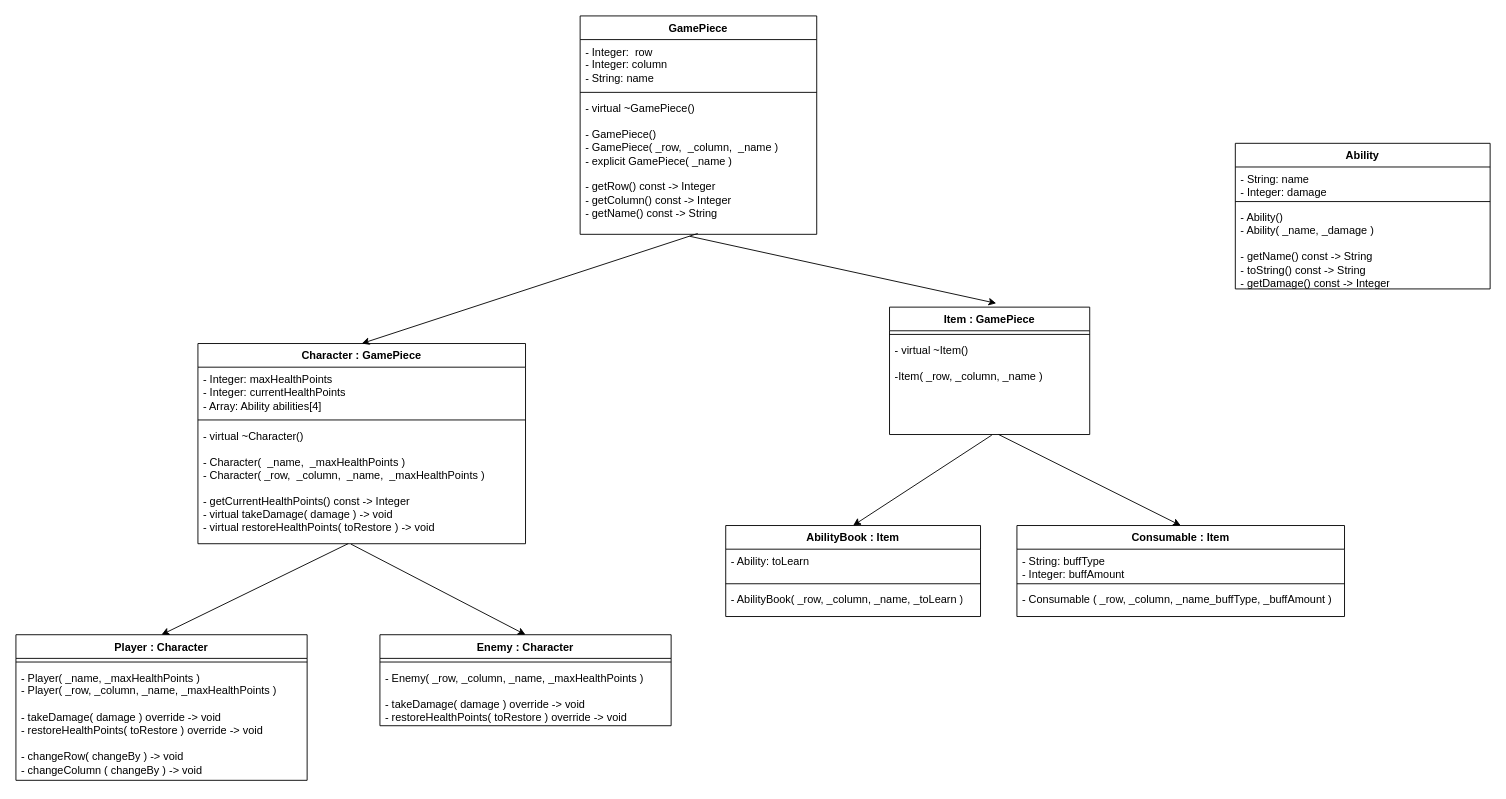
Earlier version of the draw.io diagram cli_game.drawio (klovelace21/cli_game). Source tidied: cells renumbered, new cells numbered last; positions are measured from the earlier drawing's top-left corner, leaving out a move shared by most shapes. Both pictures are drawn from the tidied source at 91%, with x=0, y=0 at pixel (15, 15).
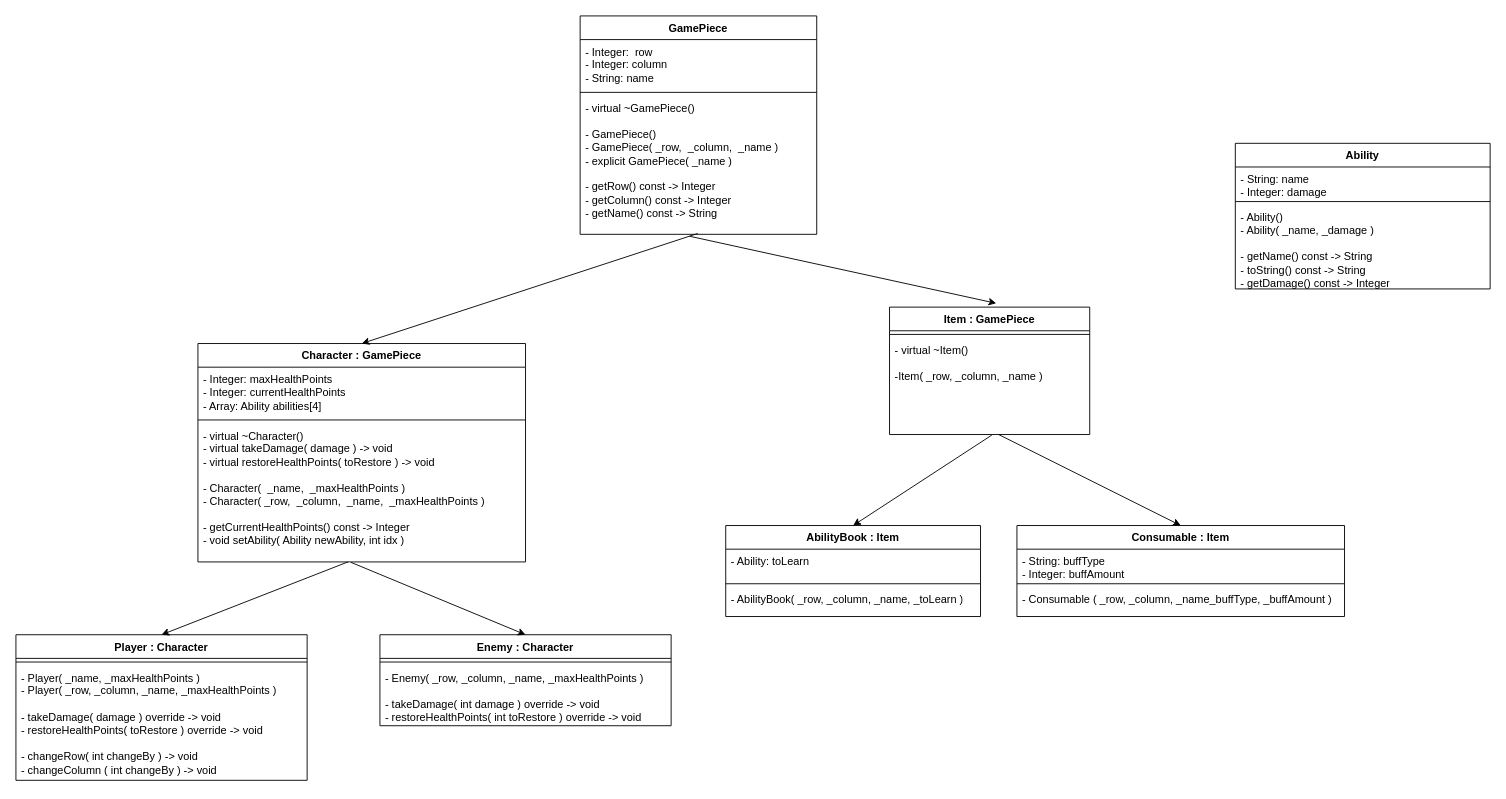
The same page after the edit.

Commit message (it also covers changes not shown here):
Character Get/Set Ability

The change refers to these unchanged cells:
```xml
<mxCell id="11" value="Player : Character" style="swimlane;fontStyle=1;align=center;verticalAlign=top;horizontal=1;startSize=26;whiteSpace=wrap;html=1;" parent="1" vertex="1">
  <mxGeometry y="680" width="320" height="160" as="geometry" />
</mxCell>
<mxCell id="14" value="Enemy : Character" style="swimlane;fontStyle=1;align=center;verticalAlign=top;horizontal=1;startSize=26;whiteSpace=wrap;html=1;" parent="1" vertex="1">
  <mxGeometry x="400" y="680" width="320" height="100" as="geometry" />
</mxCell>
```

Diff of the diagram source:
```diff
@@
     <mxCell id="6" value="Character : GamePiece" style="swimlane;fontStyle=1;align=center;verticalAlign=top;horizontal=1;startSize=26;whiteSpace=wrap;html=1;" parent="1" vertex="1">
-      <mxGeometry x="200" y="360" width="360" height="220" as="geometry" />
+      <mxGeometry x="200" y="360" width="360" height="240" as="geometry" />
     </mxCell>
@@
-    <mxCell id="9" value="- virtual ~Character()&lt;br&gt;&lt;br&gt;- Character(&amp;nbsp; _name,&amp;nbsp; _maxHealthPoints )&lt;br&gt;- Character( _row,&amp;nbsp; _column,&amp;nbsp; _name,&amp;nbsp; _maxHealthPoints )&lt;br&gt;&lt;br&gt;- getCurrentHealthPoints() const -&amp;gt; Integer&lt;br&gt;- virtual takeDamage( damage ) -&amp;gt; void&lt;br&gt;- virtual restoreHealthPoints( toRestore ) -&amp;gt; void" style="text;strokeColor=none;fillColor=none;align=left;verticalAlign=top;spacingLeft=4;spacingRight=4;overflow=hidden;points=[[0,0.5],[1,0.5]];portConstraint=eastwest;whiteSpace=wrap;html=1;" parent="6" vertex="1">
-      <mxGeometry y="88" width="360" height="132" as="geometry" />
+    <mxCell id="9" value="- virtual ~Character()&lt;br&gt;- virtual takeDamage( damage ) -&amp;gt; void&lt;br style=&quot;border-color: var(--border-color);&quot;&gt;- virtual restoreHealthPoints( toRestore ) -&amp;gt; void&lt;br&gt;&lt;br&gt;- Character(&amp;nbsp; _name,&amp;nbsp; _maxHealthPoints )&lt;br&gt;- Character( _row,&amp;nbsp; _column,&amp;nbsp; _name,&amp;nbsp; _maxHealthPoints )&lt;br&gt;&lt;br&gt;- getCurrentHealthPoints() const -&amp;gt; Integer&lt;br&gt;- void setAbility( Ability newAbility, int idx )" style="text;strokeColor=none;fillColor=none;align=left;verticalAlign=top;spacingLeft=4;spacingRight=4;overflow=hidden;points=[[0,0.5],[1,0.5]];portConstraint=eastwest;whiteSpace=wrap;html=1;" parent="6" vertex="1">
+      <mxGeometry y="88" width="360" height="152" as="geometry" />
     </mxCell>
@@
-    <mxCell id="13" value="- Player( _name, _maxHealthPoints )&lt;br&gt;- Player( _row, _column, _name, _maxHealthPoints )&lt;br&gt;&lt;br&gt;- takeDamage( damage ) override -&amp;gt; void&lt;br&gt;- restoreHealthPoints( toRestore ) override -&amp;gt; void&lt;br&gt;&lt;br&gt;- changeRow( changeBy ) -&amp;gt; void&lt;br&gt;- changeColumn ( changeBy ) -&amp;gt; void" style="text;strokeColor=none;fillColor=none;align=left;verticalAlign=top;spacingLeft=4;spacingRight=4;overflow=hidden;whiteSpace=wrap;html=1;" parent="11" vertex="1">
+    <mxCell id="13" value="- Player( _name, _maxHealthPoints )&lt;br&gt;- Player( _row, _column, _name, _maxHealthPoints )&lt;br&gt;&lt;br&gt;- takeDamage( damage ) override -&amp;gt; void&lt;br&gt;- restoreHealthPoints( toRestore ) override -&amp;gt; void&lt;br&gt;&lt;br&gt;- changeRow( int changeBy ) -&amp;gt; void&lt;br&gt;- changeColumn ( int changeBy ) -&amp;gt; void" style="text;strokeColor=none;fillColor=none;align=left;verticalAlign=top;spacingLeft=4;spacingRight=4;overflow=hidden;whiteSpace=wrap;html=1;" parent="11" vertex="1">
       <mxGeometry y="34" width="320" height="126" as="geometry" />
     </mxCell>
@@
-    <mxCell id="16" value="- Enemy( _row, _column, _name, _maxHealthPoints )&lt;br&gt;&lt;br&gt;- takeDamage( damage ) override -&amp;gt; void&lt;br&gt;- restoreHealthPoints( toRestore ) override -&amp;gt; void" style="text;strokeColor=none;fillColor=none;align=left;verticalAlign=top;spacingLeft=4;spacingRight=4;overflow=hidden;whiteSpace=wrap;html=1;" parent="14" vertex="1">
+    <mxCell id="16" value="- Enemy( _row, _column, _name, _maxHealthPoints )&lt;br&gt;&lt;br&gt;- takeDamage( int damage ) override -&amp;gt; void&lt;br&gt;- restoreHealthPoints( int toRestore ) override -&amp;gt; void" style="text;strokeColor=none;fillColor=none;align=left;verticalAlign=top;spacingLeft=4;spacingRight=4;overflow=hidden;whiteSpace=wrap;html=1;" parent="14" vertex="1">
       <mxGeometry y="34" width="320" height="66" as="geometry" />
     </mxCell>
```
